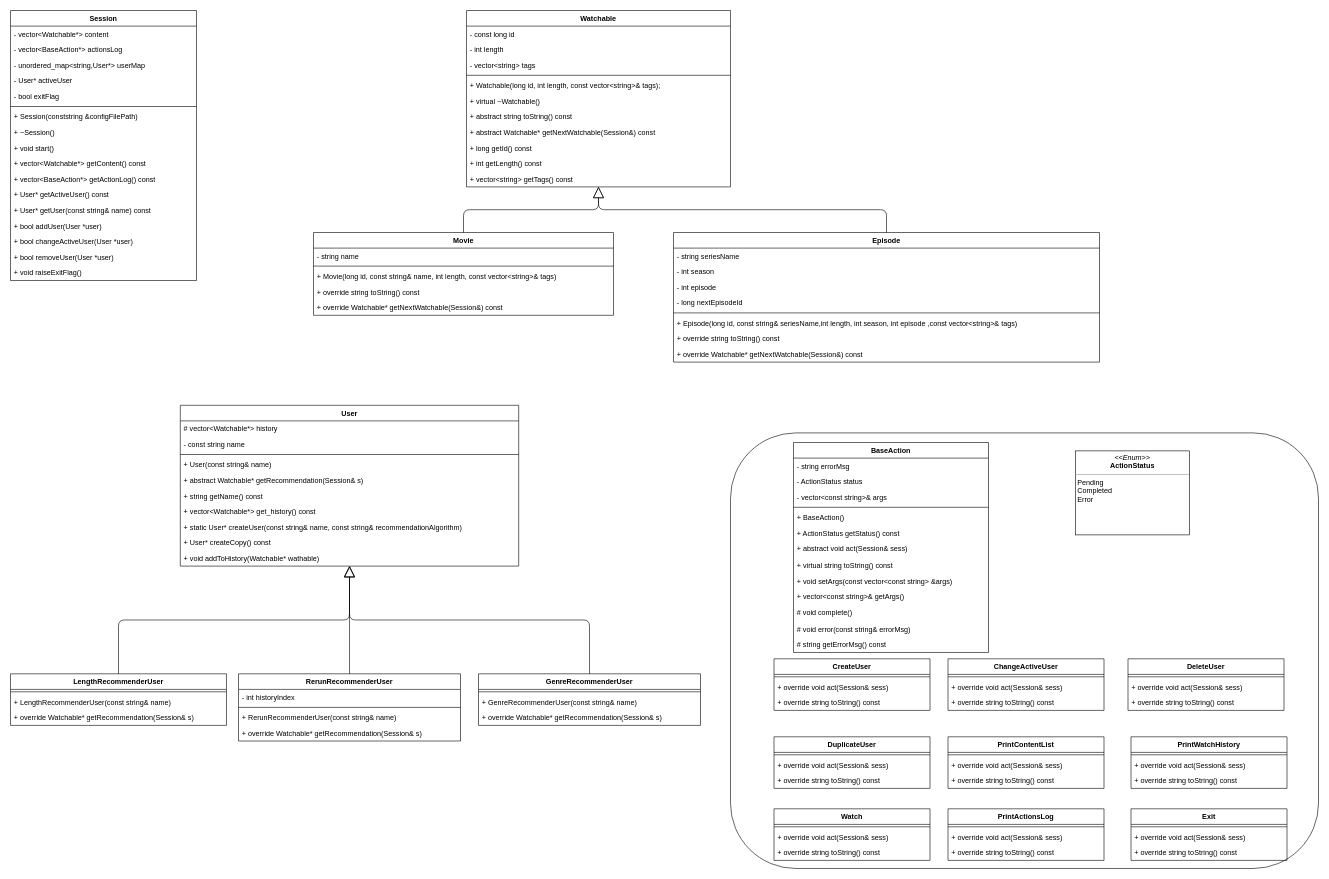
Above: uml.drawio in boaz23/SPL-Assignment1 (draw.io), before the change. Source tidied: cells renumbered, new cells numbered last; positions are measured from the earlier drawing's top-left corner, leaving out a move shared by most shapes. Both pictures are drawn from the tidied source at 60%, with x=0, y=0 at pixel (10, 10).
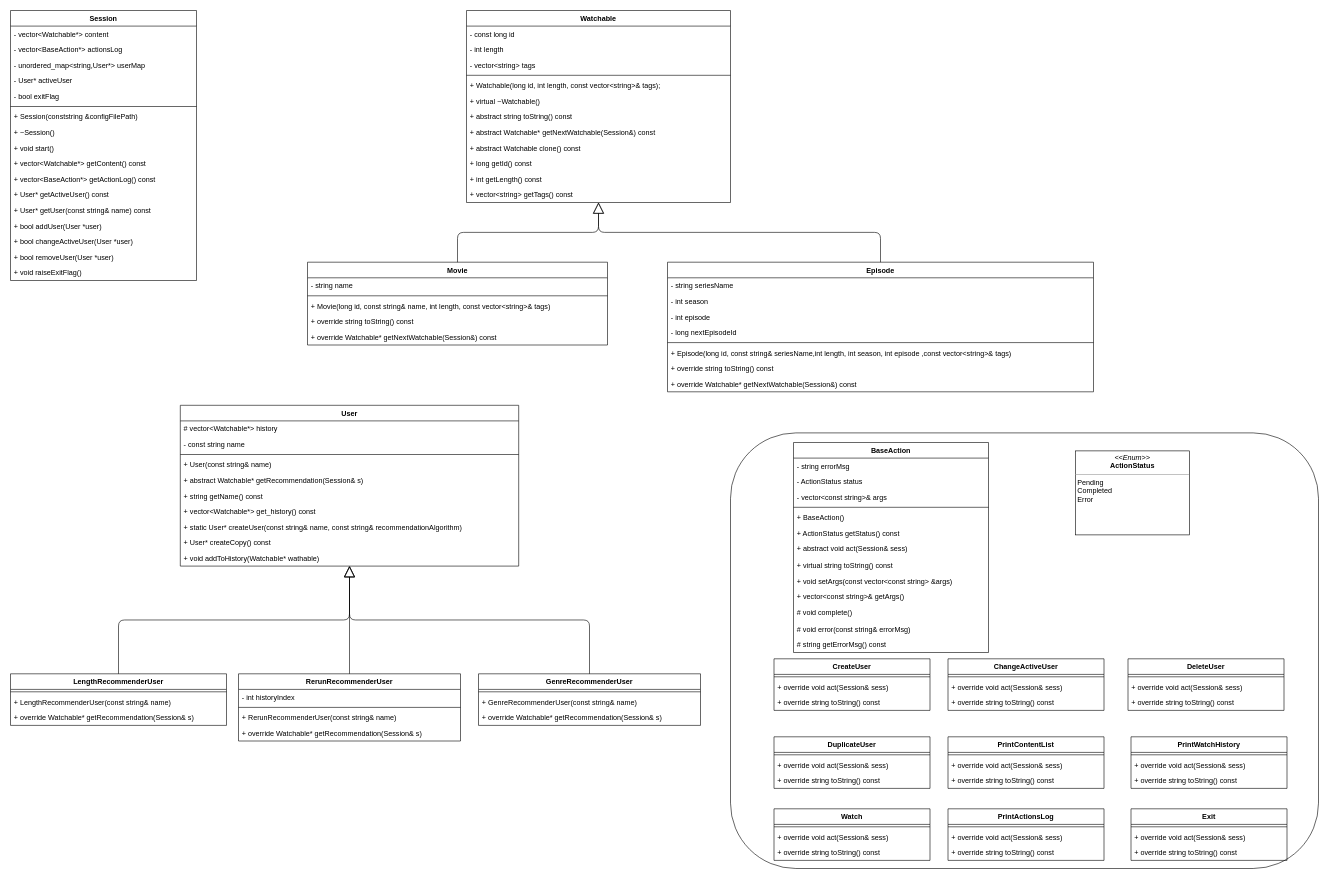
The same diagram, later.

Commit message (it also covers changes not shown here):
added abstract clone method to Watchable to allow deep copy

Diff of the diagram source:
```diff
@@
     <mxCell id="21" value="Watchable" style="swimlane;fontStyle=1;align=center;verticalAlign=top;horizontal=1;startSize=26;" parent="1" vertex="1">
-      <mxGeometry x="760" width="440" height="294" as="geometry" />
+      <mxGeometry x="760" width="440" height="320" as="geometry" />
     </mxCell>
@@
+    <mxCell id="128" value="+ abstract Watchable clone() const" style="text;strokeColor=none;fillColor=none;align=left;verticalAlign=top;spacingLeft=4;spacingRight=4;overflow=hidden;" parent="21" vertex="1">
+      <mxGeometry y="216" width="440" height="26" as="geometry" />
+    </mxCell>
     <mxCell id="30" value="+ long getId() const" style="text;strokeColor=none;fillColor=none;align=left;verticalAlign=top;spacingLeft=4;spacingRight=4;overflow=hidden;" parent="21" vertex="1">
-      <mxGeometry y="216" width="440" height="26" as="geometry" />
+      <mxGeometry y="242" width="440" height="26" as="geometry" />
     </mxCell>
     <mxCell id="31" value="+ int getLength() const" style="text;strokeColor=none;fillColor=none;align=left;verticalAlign=top;spacingLeft=4;spacingRight=4;overflow=hidden;" parent="21" vertex="1">
-      <mxGeometry y="242" width="440" height="26" as="geometry" />
+      <mxGeometry y="268" width="440" height="26" as="geometry" />
     </mxCell>
     <mxCell id="32" value="+ vector&lt;string&gt; getTags() const" style="text;strokeColor=none;fillColor=none;align=left;verticalAlign=top;spacingLeft=4;spacingRight=4;overflow=hidden;" parent="21" vertex="1">
-      <mxGeometry y="268" width="440" height="26" as="geometry" />
+      <mxGeometry y="294" width="440" height="26" as="geometry" />
     </mxCell>
     <mxCell id="33" value="Movie" style="swimlane;fontStyle=1;align=center;verticalAlign=top;horizontal=1;startSize=26;" parent="1" vertex="1">
-      <mxGeometry x="505" y="370" width="500" height="138" as="geometry" />
+      <mxGeometry x="495" y="419.5" width="500" height="138" as="geometry" />
     </mxCell>
@@
     <mxCell id="40" value="Episode" style="swimlane;fontStyle=1;align=center;verticalAlign=top;horizontal=1;startSize=26;" parent="1" vertex="1">
-      <mxGeometry x="1105" y="370" width="710" height="216" as="geometry" />
+      <mxGeometry x="1095" y="419.5" width="710" height="216" as="geometry" />
     </mxCell>
```
